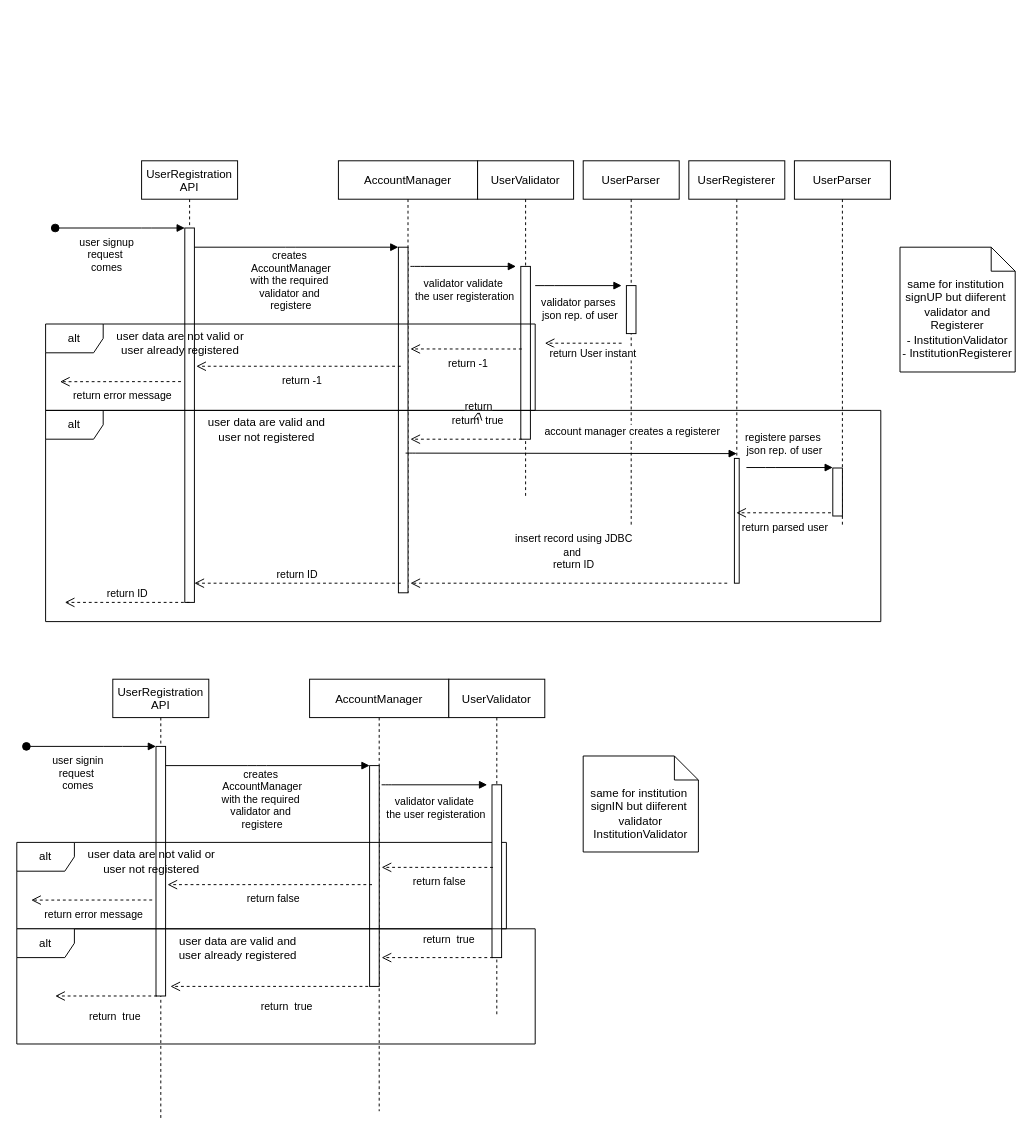
Earlier version of the draw.io diagram page "Sequence Diagram" (3 of 3) of AccountManager.drawio (muhmagdy/Bloodify). Source tidied: cells renumbered, new cells numbered last; positions are measured from the earlier drawing's top-left corner, leaving out a move shared by most shapes. Both pictures are drawn from the tidied source at 96%, with x=0, y=0 at pixel (16, 160).
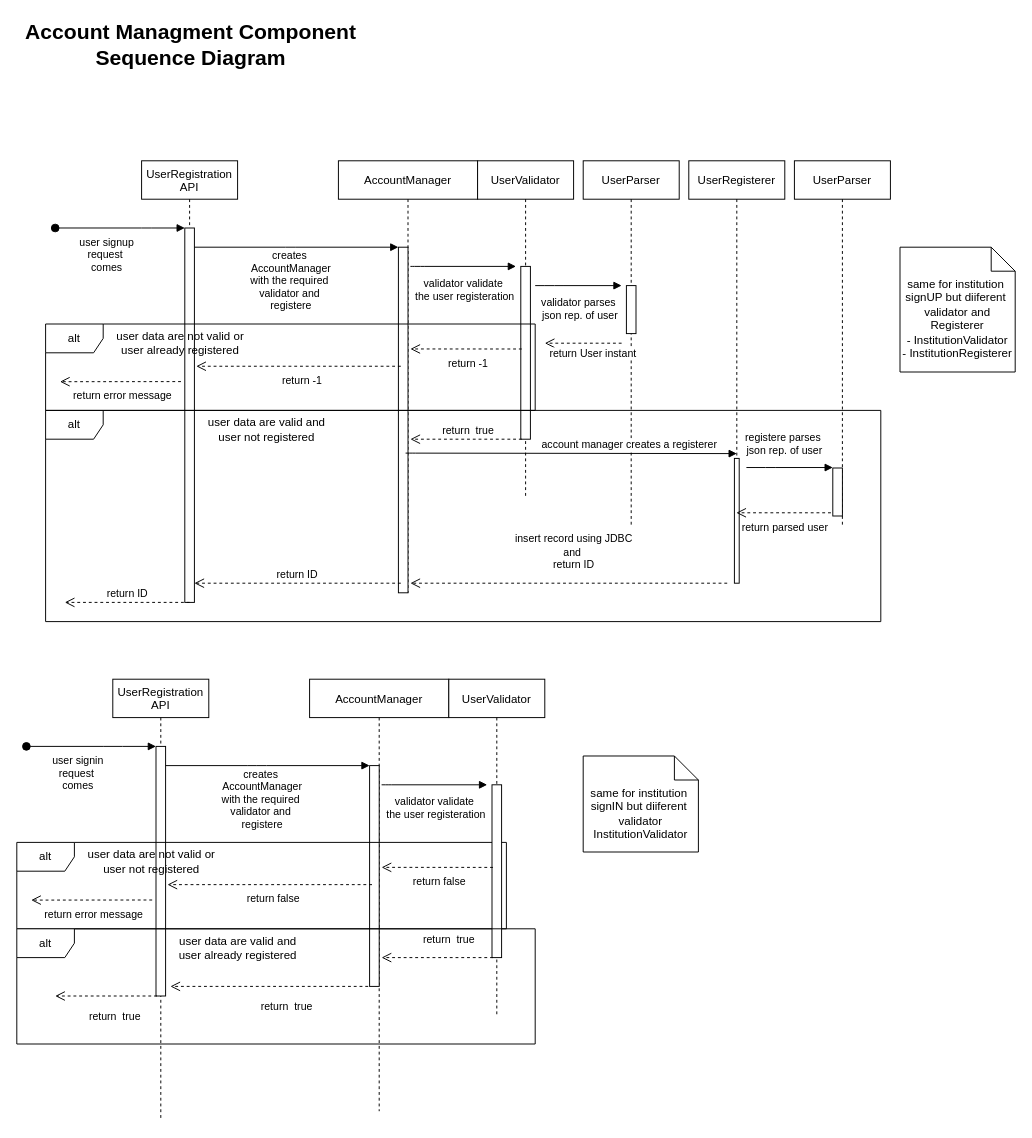
Above is the later version.

The change refers to these unchanged cells:
```xml
<mxCell id="18" value="alt" style="shape=umlFrame;whiteSpace=wrap;html=1;" parent="1" vertex="1">
  <mxGeometry x="30" y="260" width="870" height="220" as="geometry" />
</mxCell>
```

Change to the diagram source:
```diff
@@
     <mxCell id="22" value="return&amp;nbsp; true" style="html=1;verticalAlign=bottom;endArrow=open;dashed=1;endSize=8;rounded=0;exitX=0.1;exitY=0.478;exitDx=0;exitDy=0;exitPerimeter=0;" parent="1" edge="1">
-      <mxGeometry x="-0.21" y="-10" relative="1" as="geometry">
+      <mxGeometry x="-0.03" relative="1" as="geometry">
         <mxPoint x="526" y="290" as="sourcePoint" />
         <mxPoint x="410" y="290" as="targetPoint" />
       </mxGeometry>
     </mxCell>
     <mxCell id="23" value="account manager creates a registerer " style="verticalAlign=bottom;endArrow=block;shadow=0;strokeWidth=1;" parent="1" edge="1">
-      <mxGeometry x="0.38" y="14" relative="1" as="geometry">
+      <mxGeometry x="0.36" relative="1" as="geometry">
         <mxPoint x="405" y="304.5" as="sourcePoint" />
         <mxPoint x="750" y="305" as="targetPoint" />
         <Array as="points">
           <mxPoint x="410" y="304.5" />
         </Array>
       </mxGeometry>
     </mxCell>
@@
-    <mxCell id="30" value="return" style="html=1;verticalAlign=bottom;endArrow=open;dashed=1;endSize=8;rounded=0;" parent="1" edge="1" target="18">
-      <mxGeometry relative="1" as="geometry">
-        <mxPoint x="480" y="270" as="sourcePoint" />
-      </mxGeometry>
-    </mxCell>
@@
+    <mxCell id="55" value="Account Managment Component&lt;br style=&quot;font-size: 22px;&quot;&gt;Sequence Diagram" style="text;html=1;strokeColor=none;fillColor=none;align=center;verticalAlign=middle;whiteSpace=wrap;rounded=0;fontSize=22;fontStyle=1;" parent="1" vertex="1">
+      <mxGeometry y="-150" width="363" height="60" as="geometry" />
+    </mxCell>
```
